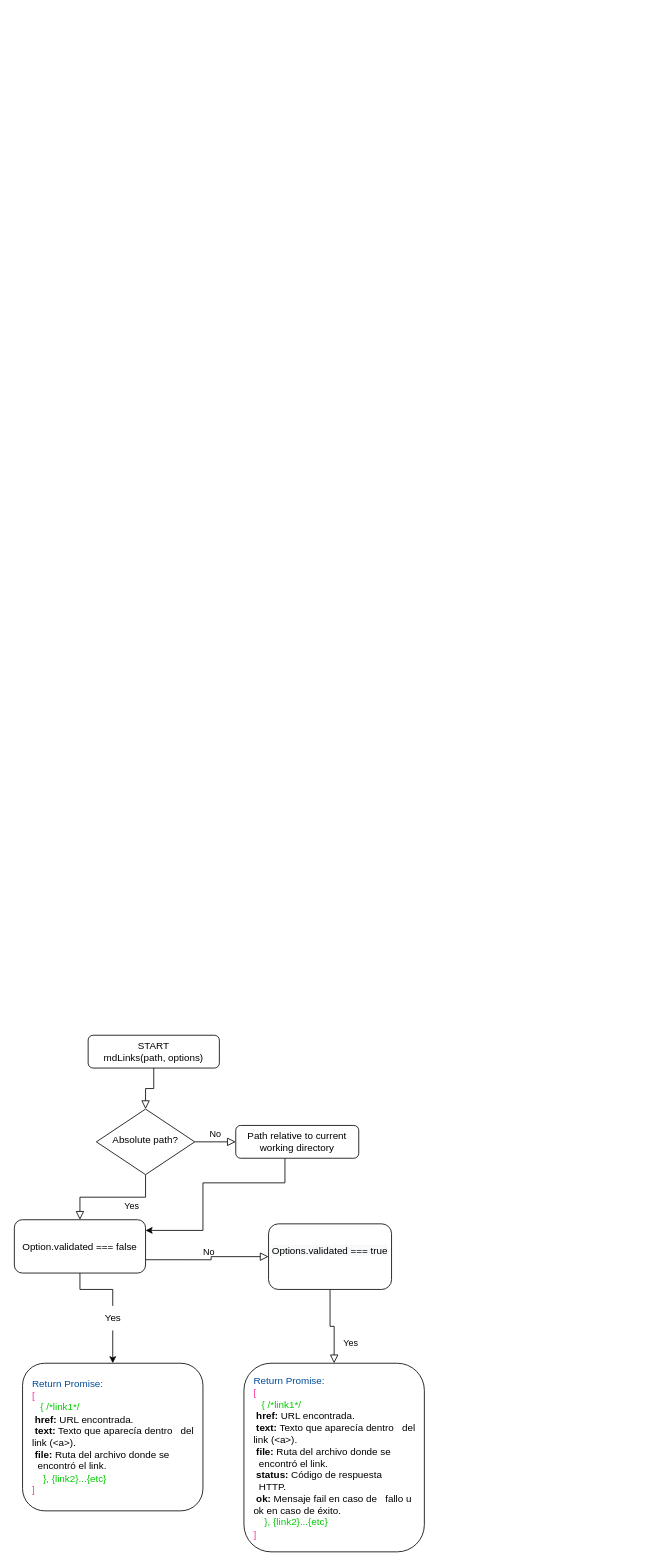
Psyderalis/DEV002-md-links keeps this draw.io diagram as page "JS API" (1 of 3) of Diagrama sin título.drawio. Above is the earlier version. Source tidied: cells renumbered, new cells numbered last; positions are measured from the earlier drawing's top-left corner, leaving out a move shared by most shapes. Both pictures are drawn from the tidied source at 82%, with x=0, y=0 at pixel (14, 1035).
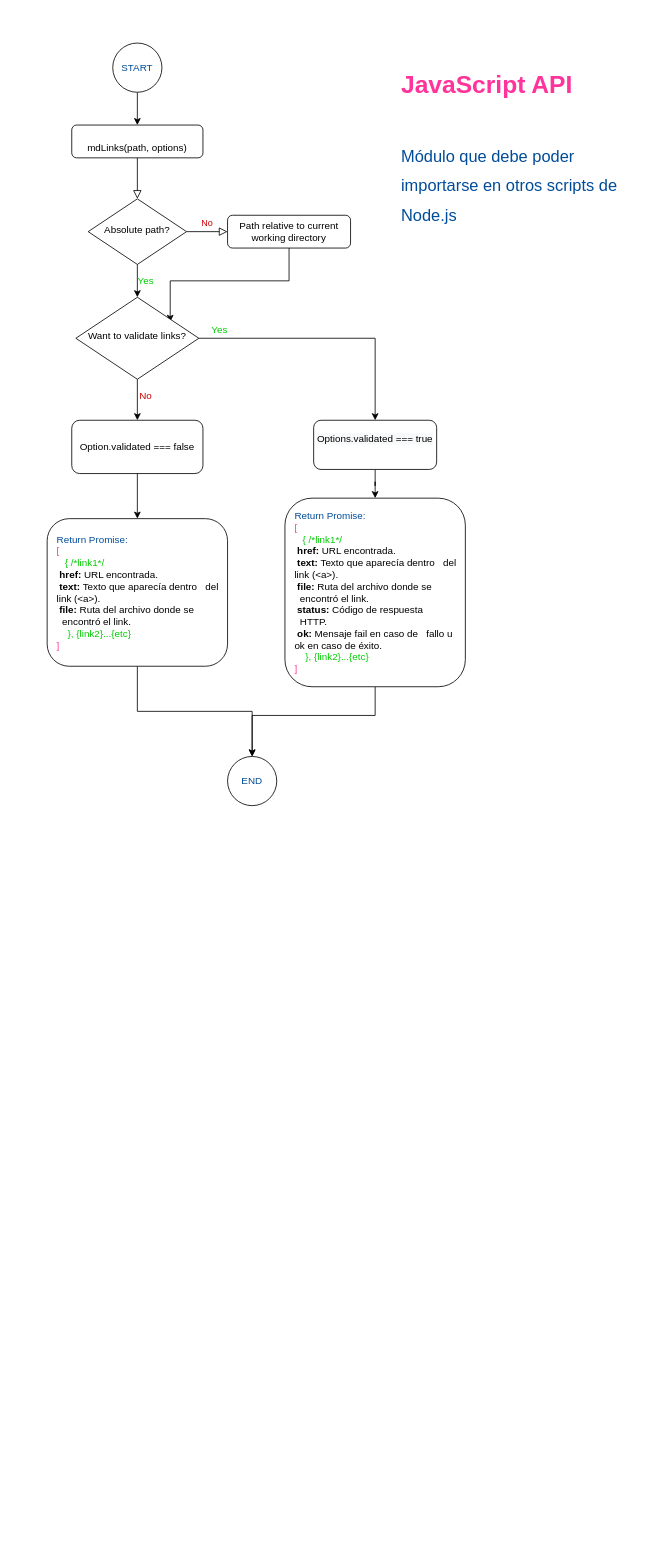
The same page after the edit.

Diff of the diagram source:
```diff
@@
-    <mxCell id="3" value="START&lt;br&gt;mdLinks(path, options)" style="rounded=1;whiteSpace=wrap;html=1;fontSize=12;glass=0;strokeWidth=1;shadow=0;" parent="1" vertex="1">
-      <mxGeometry x="90" width="160" height="40" as="geometry" />
+    <mxCell id="3" value="&lt;br&gt;mdLinks(path, options)" style="rounded=1;whiteSpace=wrap;html=1;fontSize=12;glass=0;strokeWidth=1;shadow=0;" parent="1" vertex="1">
+      <mxGeometry x="70" y="-1110" width="160" height="40" as="geometry" />
     </mxCell>
-    <mxCell id="4" value="Yes" style="rounded=0;html=1;jettySize=auto;fontSize=11;endArrow=block;endFill=0;endSize=8;strokeWidth=1;shadow=0;labelBackgroundColor=none;edgeStyle=orthogonalEdgeStyle;" parent="1" edge="1" source="6" target="13">
-      <mxGeometry x="-0.33" y="10" relative="1" as="geometry" />
-    </mxCell>
-    <mxCell id="5" value="No" style="edgeStyle=orthogonalEdgeStyle;rounded=0;html=1;jettySize=auto;fontSize=11;endArrow=block;endFill=0;endSize=8;strokeWidth=1;shadow=0;labelBackgroundColor=none;" parent="1" edge="1" source="6" target="8">
+    <mxCell id="5" value="&lt;font color=&quot;#cc0000&quot;&gt;No&lt;/font&gt;" style="edgeStyle=orthogonalEdgeStyle;rounded=0;html=1;jettySize=auto;fontSize=11;endArrow=block;endFill=0;endSize=8;strokeWidth=1;shadow=0;labelBackgroundColor=none;" parent="1" edge="1" source="6" target="8">
       <mxGeometry y="10" relative="1" as="geometry" />
     </mxCell>
+    <mxCell id="18" style="edgeStyle=orthogonalEdgeStyle;rounded=0;jettySize=auto;html=1;fontColor=#00CC00;" parent="1" edge="1" source="6" target="25">
+      <mxGeometry relative="1" as="geometry" />
+    </mxCell>
     <mxCell id="6" value="Absolute path?" style="rhombus;whiteSpace=wrap;html=1;shadow=0;fontFamily=Helvetica;fontSize=12;align=center;strokeWidth=1;spacing=6;spacingTop=-4;" parent="1" vertex="1">
-      <mxGeometry x="100" y="90" width="120" height="80" as="geometry" />
+      <mxGeometry x="90" y="-1020" width="120" height="80" as="geometry" />
     </mxCell>
-    <mxCell id="7" style="edgeStyle=orthogonalEdgeStyle;rounded=0;jettySize=auto;html=1;" parent="1" edge="1" source="8" target="13">
-      <mxGeometry relative="1" as="geometry">
-        <Array as="points">
-          <mxPoint x="330" y="180" />
-          <mxPoint x="230" y="180" />
-          <mxPoint x="230" y="238" />
-        </Array>
-      </mxGeometry>
-    </mxCell>
+    <mxCell id="19" style="edgeStyle=orthogonalEdgeStyle;rounded=0;jettySize=auto;html=1;entryX=0.767;entryY=0.3;entryDx=0;entryDy=0;entryPerimeter=0;fontColor=#00CC00;" parent="1" edge="1" source="8" target="25">
+      <mxGeometry relative="1" as="geometry">
+        <Array as="points">
+          <mxPoint x="335" y="-920" />
+          <mxPoint x="190" y="-920" />
+        </Array>
+      </mxGeometry>
+    </mxCell>
     <mxCell id="8" value="Path relative to current working directory" style="rounded=1;whiteSpace=wrap;html=1;fontSize=12;glass=0;strokeWidth=1;shadow=0;" parent="1" vertex="1">
-      <mxGeometry x="270" y="110" width="150" height="40" as="geometry" />
+      <mxGeometry x="260" y="-1000" width="150" height="40" as="geometry" />
     </mxCell>
+    <mxCell id="20" style="edgeStyle=orthogonalEdgeStyle;rounded=0;jettySize=auto;html=1;entryX=0.5;entryY=0;entryDx=0;entryDy=0;fontFamily=Helvetica;fontSize=12;fontColor=#004C99;exitX=0.5;exitY=1;exitDx=0;exitDy=0;" parent="1" edge="1" source="11" target="31">
+      <mxGeometry relative="1" as="geometry">
+        <Array as="points">
+          <mxPoint x="440" y="-390" />
+          <mxPoint x="290" y="-390" />
+        </Array>
+      </mxGeometry>
+    </mxCell>
+    <mxCell id="11" value="&lt;font color=&quot;#004c99&quot;&gt;Return Promise:&lt;br&gt;&lt;/font&gt;&lt;font color=&quot;#ff3399&quot;&gt;[&lt;br&gt;&lt;/font&gt;&lt;font color=&quot;#00cc00&quot;&gt;&amp;nbsp; &amp;nbsp;{ /*link1*/&lt;br&gt;&lt;/font&gt;&lt;div&gt;&lt;span style=&quot;&quot;&gt; &lt;/span&gt;&lt;b&gt;&lt;span style=&quot;white-space: pre;&quot;&gt; &lt;/span&gt;href:&lt;/b&gt; URL encontrada.&lt;/div&gt;&lt;div&gt;&lt;span style=&quot;&quot;&gt; &lt;/span&gt;&lt;b&gt;&lt;span style=&quot;white-space: pre;&quot;&gt; &lt;/span&gt;text:&lt;/b&gt; Texto que aparecía dentro &lt;span style=&quot;white-space: pre;&quot;&gt; &lt;span style=&quot;white-space: pre;&quot;&gt; &lt;/span&gt;&lt;/span&gt;del link (&amp;lt;a&amp;gt;).&lt;/div&gt;&lt;div&gt;&lt;span style=&quot;&quot;&gt; &lt;/span&gt;&lt;b&gt;&lt;span style=&quot;white-space: pre;&quot;&gt; &lt;/span&gt;file: &lt;/b&gt;Ruta del archivo donde se &lt;span style=&quot;white-space: pre;&quot;&gt; &lt;span style=&quot;white-space: pre;&quot;&gt; &lt;/span&gt;&lt;/span&gt;encontró el link.&lt;/div&gt;&lt;div&gt;&lt;span style=&quot;&quot;&gt; &lt;/span&gt;&lt;b&gt;&lt;span style=&quot;white-space: pre;&quot;&gt; &lt;/span&gt;status:&lt;/b&gt; Código de respuesta &lt;span style=&quot;white-space: pre;&quot;&gt; &lt;span style=&quot;white-space: pre;&quot;&gt; &lt;/span&gt;&lt;/span&gt;HTTP.&lt;/div&gt;&lt;div&gt;&lt;span style=&quot;&quot;&gt; &lt;/span&gt;&lt;b&gt;&lt;span style=&quot;white-space: pre;&quot;&gt; &lt;/span&gt;ok:&lt;/b&gt; Mensaje fail en caso de &lt;span style=&quot;white-space: pre;&quot;&gt; &lt;span style=&quot;white-space: pre;&quot;&gt; &lt;/span&gt;&lt;/span&gt;fallo u ok en caso de éxito.&lt;/div&gt;&amp;nbsp; &amp;nbsp; &lt;font color=&quot;#00cc00&quot;&gt;}, {link2}...{etc}&lt;/font&gt;&lt;br&gt;&lt;font color=&quot;#ff3399&quot;&gt;]&lt;/font&gt;" style="rounded=1;whiteSpace=wrap;html=1;fontSize=12;glass=0;strokeWidth=1;shadow=0;align=left;labelPosition=center;verticalLabelPosition=middle;verticalAlign=middle;spacingLeft=10;spacingRight=10;" parent="1" vertex="1">
+      <mxGeometry x="330" y="-655" width="220" height="230" as="geometry" />
+    </mxCell>
+    <mxCell id="21" style="edgeStyle=orthogonalEdgeStyle;rounded=0;jettySize=auto;html=1;fontColor=#00CC00;" parent="1" edge="1" source="13" target="14">
+      <mxGeometry relative="1" as="geometry" />
+    </mxCell>
+    <mxCell id="13" value="Option.validated === false" style="rounded=1;whiteSpace=wrap;html=1;fontSize=12;glass=0;strokeWidth=1;shadow=0;" parent="1" vertex="1">
+      <mxGeometry x="70" y="-750" width="160" height="65" as="geometry" />
+    </mxCell>
+    <mxCell id="22" style="edgeStyle=orthogonalEdgeStyle;rounded=0;jettySize=auto;html=1;fontFamily=Helvetica;fontSize=12;fontColor=#004C99;" parent="1" edge="1" source="14" target="31">
+      <mxGeometry relative="1" as="geometry" />
+    </mxCell>
+    <mxCell id="14" value="&lt;font color=&quot;#004c99&quot;&gt;Return Promise:&lt;br&gt;&lt;/font&gt;&lt;font color=&quot;#ff3399&quot;&gt;[&lt;br&gt;&lt;/font&gt;&lt;font color=&quot;#00cc00&quot;&gt;&amp;nbsp; &amp;nbsp;{ /*link1*/&lt;br&gt;&lt;/font&gt;&lt;div&gt;&lt;span style=&quot;&quot;&gt; &lt;/span&gt;&lt;b&gt;&lt;span style=&quot;white-space: pre;&quot;&gt; &lt;/span&gt;href:&lt;/b&gt; URL encontrada.&lt;/div&gt;&lt;div&gt;&lt;span style=&quot;&quot;&gt; &lt;/span&gt;&lt;b&gt;&lt;span style=&quot;white-space: pre;&quot;&gt; &lt;/span&gt;text:&lt;/b&gt; Texto que aparecía dentro &lt;span style=&quot;white-space: pre;&quot;&gt; &lt;/span&gt;&lt;span style=&quot;white-space: pre;&quot;&gt; &lt;/span&gt;del link (&amp;lt;a&amp;gt;).&lt;/div&gt;&lt;div&gt;&lt;span style=&quot;&quot;&gt; &lt;/span&gt;&lt;b&gt;&lt;span style=&quot;white-space: pre;&quot;&gt; &lt;/span&gt;file: &lt;/b&gt;Ruta del archivo donde se &lt;span style=&quot;white-space: pre;&quot;&gt; &lt;/span&gt;&lt;span style=&quot;white-space: pre;&quot;&gt; &lt;/span&gt;encontró el link.&lt;/div&gt;&amp;nbsp; &amp;nbsp; &lt;font color=&quot;#00cc00&quot;&gt;}, {link2}...{etc}&lt;/font&gt;&lt;br&gt;&lt;font color=&quot;#ff3399&quot;&gt;]&lt;/font&gt;" style="rounded=1;whiteSpace=wrap;html=1;fontSize=12;glass=0;strokeWidth=1;shadow=0;align=left;labelPosition=center;verticalLabelPosition=middle;verticalAlign=middle;spacingLeft=10;spacingRight=10;" parent="1" vertex="1">
+      <mxGeometry x="40" y="-630" width="220" height="180" as="geometry" />
+    </mxCell>
-    <mxCell id="9" value="Yes" style="rounded=0;html=1;jettySize=auto;fontSize=11;endArrow=block;endFill=0;endSize=8;strokeWidth=1;shadow=0;labelBackgroundColor=none;edgeStyle=orthogonalEdgeStyle;exitX=0.5;exitY=1;exitDx=0;exitDy=0;" parent="1" edge="1" source="17" target="11">
-      <mxGeometry x="0.5" y="20" relative="1" as="geometry" />
+    <mxCell id="9" style="edgeStyle=orthogonalEdgeStyle;rounded=0;jettySize=auto;html=1;fontColor=#00CC00;" parent="1" edge="1" source="17" target="11">
+      <mxGeometry relative="1" as="geometry" />
     </mxCell>
+    <mxCell id="17" value="&#10;&lt;span style=&quot;color: rgb(0, 0, 0); font-family: Helvetica; font-size: 12px; font-style: normal; font-variant-ligatures: normal; font-variant-caps: normal; font-weight: 400; letter-spacing: normal; orphans: 2; text-align: center; text-indent: 0px; text-transform: none; widows: 2; word-spacing: 0px; -webkit-text-stroke-width: 0px; background-color: rgb(248, 249, 250); text-decoration-thickness: initial; text-decoration-style: initial; text-decoration-color: initial; float: none; display: inline !important;&quot;&gt;Options.validated === true&lt;/span&gt;&#10;&#10;" style="rounded=1;whiteSpace=wrap;html=1;fontColor=#00CC00;" parent="1" vertex="1">
+      <mxGeometry x="365" y="-750" width="150" height="60" as="geometry" />
+    </mxCell>
+    <mxCell id="23" style="edgeStyle=orthogonalEdgeStyle;rounded=0;jettySize=auto;html=1;entryX=0.5;entryY=0;entryDx=0;entryDy=0;fontColor=#00CC00;" parent="1" edge="1" source="25" target="13">
+      <mxGeometry relative="1" as="geometry" />
+    </mxCell>
+    <mxCell id="24" style="edgeStyle=orthogonalEdgeStyle;rounded=0;jettySize=auto;html=1;entryX=0.5;entryY=0;entryDx=0;entryDy=0;fontColor=#00CC00;" parent="1" edge="1" source="25" target="17">
+      <mxGeometry relative="1" as="geometry" />
+    </mxCell>
+    <mxCell id="25" value="Want to validate links?" style="rhombus;whiteSpace=wrap;html=1;shadow=0;fontFamily=Helvetica;fontSize=12;align=center;strokeWidth=1;spacing=6;spacingTop=-4;" parent="1" vertex="1">
+      <mxGeometry x="75" y="-900" width="150" height="100" as="geometry" />
+    </mxCell>
+    <mxCell id="26" value="Yes" style="text;html=1;align=center;verticalAlign=middle;strokeColor=none;fillColor=none;fontColor=#00CC00;" parent="1" vertex="1">
+      <mxGeometry x="140" y="-935" width="40" height="30" as="geometry" />
+    </mxCell>
-    <mxCell id="10" value="No" style="edgeStyle=orthogonalEdgeStyle;rounded=0;html=1;jettySize=auto;fontSize=11;endArrow=block;endFill=0;endSize=8;strokeWidth=1;shadow=0;labelBackgroundColor=none;exitX=1;exitY=0.75;exitDx=0;exitDy=0;entryX=0;entryY=0.5;entryDx=0;entryDy=0;" parent="1" edge="1" source="13" target="17">
-      <mxGeometry y="10" relative="1" as="geometry">
-        <Array as="points">
-          <mxPoint x="240" y="274" />
-          <mxPoint x="240" y="270" />
-        </Array>
-      </mxGeometry>
+    <mxCell id="10" value="&lt;font color=&quot;#cc0000&quot;&gt;No&lt;/font&gt;" style="text;html=1;align=center;verticalAlign=middle;strokeColor=none;fillColor=none;fontColor=#00CC00;" parent="1" vertex="1">
+      <mxGeometry x="140" y="-795" width="40" height="30" as="geometry" />
     </mxCell>
-    <mxCell id="11" value="&lt;font color=&quot;#004c99&quot;&gt;Return Promise:&lt;br&gt;&lt;/font&gt;&lt;font color=&quot;#ff3399&quot;&gt;[&lt;br&gt;&lt;/font&gt;&lt;font color=&quot;#00cc00&quot;&gt;&amp;nbsp; &amp;nbsp;{ /*link1*/&lt;br&gt;&lt;/font&gt;&lt;div&gt;&lt;span style=&quot;&quot;&gt; &lt;/span&gt;&lt;b&gt;&lt;span style=&quot;white-space: pre;&quot;&gt; &lt;/span&gt;href:&lt;/b&gt; URL encontrada.&lt;/div&gt;&lt;div&gt;&lt;span style=&quot;&quot;&gt; &lt;/span&gt;&lt;b&gt;&lt;span style=&quot;white-space: pre;&quot;&gt; &lt;/span&gt;text:&lt;/b&gt; Texto que aparecía dentro &lt;span style=&quot;white-space: pre;&quot;&gt; &lt;span style=&quot;white-space: pre;&quot;&gt; &lt;/span&gt;&lt;/span&gt;del link (&amp;lt;a&amp;gt;).&lt;/div&gt;&lt;div&gt;&lt;span style=&quot;&quot;&gt; &lt;/span&gt;&lt;b&gt;&lt;span style=&quot;white-space: pre;&quot;&gt; &lt;/span&gt;file: &lt;/b&gt;Ruta del archivo donde se &lt;span style=&quot;white-space: pre;&quot;&gt; &lt;span style=&quot;white-space: pre;&quot;&gt; &lt;/span&gt;&lt;/span&gt;encontró el link.&lt;/div&gt;&lt;div&gt;&lt;span style=&quot;&quot;&gt; &lt;/span&gt;&lt;b&gt;&lt;span style=&quot;white-space: pre;&quot;&gt; &lt;/span&gt;status:&lt;/b&gt; Código de respuesta &lt;span style=&quot;white-space: pre;&quot;&gt; &lt;span style=&quot;white-space: pre;&quot;&gt; &lt;/span&gt;&lt;/span&gt;HTTP.&lt;/div&gt;&lt;div&gt;&lt;span style=&quot;&quot;&gt; &lt;/span&gt;&lt;b&gt;&lt;span style=&quot;white-space: pre;&quot;&gt; &lt;/span&gt;ok:&lt;/b&gt; Mensaje fail en caso de &lt;span style=&quot;white-space: pre;&quot;&gt; &lt;span style=&quot;white-space: pre;&quot;&gt; &lt;/span&gt;&lt;/span&gt;fallo u ok en caso de éxito.&lt;/div&gt;&amp;nbsp; &amp;nbsp; &lt;font color=&quot;#00cc00&quot;&gt;}, {link2}...{etc}&lt;/font&gt;&lt;br&gt;&lt;font color=&quot;#ff3399&quot;&gt;]&lt;/font&gt;" style="rounded=1;whiteSpace=wrap;html=1;fontSize=12;glass=0;strokeWidth=1;shadow=0;align=left;labelPosition=center;verticalLabelPosition=middle;verticalAlign=middle;spacingLeft=10;spacingRight=10;" parent="1" vertex="1">
-      <mxGeometry x="280" y="400" width="220" height="230" as="geometry" />
-    </mxCell>
-    <mxCell id="12" style="edgeStyle=orthogonalEdgeStyle;rounded=0;jettySize=auto;html=1;entryX=0.5;entryY=0;entryDx=0;entryDy=0;startArrow=none;" parent="1" edge="1" source="15" target="14">
-      <mxGeometry relative="1" as="geometry" />
-    </mxCell>
-    <mxCell id="13" value="Option.validated === false" style="rounded=1;whiteSpace=wrap;html=1;fontSize=12;glass=0;strokeWidth=1;shadow=0;" parent="1" vertex="1">
-      <mxGeometry y="225" width="160" height="65" as="geometry" />
-    </mxCell>
-    <mxCell id="14" value="&lt;font color=&quot;#004c99&quot;&gt;Return Promise:&lt;br&gt;&lt;/font&gt;&lt;font color=&quot;#ff3399&quot;&gt;[&lt;br&gt;&lt;/font&gt;&lt;font color=&quot;#00cc00&quot;&gt;&amp;nbsp; &amp;nbsp;{ /*link1*/&lt;br&gt;&lt;/font&gt;&lt;div&gt;&lt;span style=&quot;&quot;&gt; &lt;/span&gt;&lt;b&gt;&lt;span style=&quot;white-space: pre;&quot;&gt; &lt;/span&gt;href:&lt;/b&gt; URL encontrada.&lt;/div&gt;&lt;div&gt;&lt;span style=&quot;&quot;&gt; &lt;/span&gt;&lt;b&gt;&lt;span style=&quot;white-space: pre;&quot;&gt; &lt;/span&gt;text:&lt;/b&gt; Texto que aparecía dentro &lt;span style=&quot;white-space: pre;&quot;&gt; &lt;/span&gt;&lt;span style=&quot;white-space: pre;&quot;&gt; &lt;/span&gt;del link (&amp;lt;a&amp;gt;).&lt;/div&gt;&lt;div&gt;&lt;span style=&quot;&quot;&gt; &lt;/span&gt;&lt;b&gt;&lt;span style=&quot;white-space: pre;&quot;&gt; &lt;/span&gt;file: &lt;/b&gt;Ruta del archivo donde se &lt;span style=&quot;white-space: pre;&quot;&gt; &lt;/span&gt;&lt;span style=&quot;white-space: pre;&quot;&gt; &lt;/span&gt;encontró el link.&lt;/div&gt;&amp;nbsp; &amp;nbsp; &lt;font color=&quot;#00cc00&quot;&gt;}, {link2}...{etc}&lt;/font&gt;&lt;br&gt;&lt;font color=&quot;#ff3399&quot;&gt;]&lt;/font&gt;" style="rounded=1;whiteSpace=wrap;html=1;fontSize=12;glass=0;strokeWidth=1;shadow=0;align=left;labelPosition=center;verticalLabelPosition=middle;verticalAlign=middle;spacingLeft=10;spacingRight=10;" parent="1" vertex="1">
-      <mxGeometry x="10" y="400" width="220" height="180" as="geometry" />
-    </mxCell>
-    <mxCell id="15" value="Yes" style="text;html=1;align=center;verticalAlign=middle;points=[];strokeColor=none;fillColor=none;" parent="1" vertex="1">
-      <mxGeometry x="100" y="330" width="40" height="30" as="geometry" />
-    </mxCell>
-    <mxCell id="16" style="edgeStyle=orthogonalEdgeStyle;rounded=0;jettySize=auto;html=1;entryX=0.5;entryY=0;entryDx=0;entryDy=0;endArrow=none;" parent="1" edge="1" source="13" target="15">
-      <mxGeometry relative="1" as="geometry" />
-    </mxCell>
-    <mxCell id="17" value="&#10;&lt;span style=&quot;color: rgb(0, 0, 0); font-family: Helvetica; font-size: 12px; font-style: normal; font-variant-ligatures: normal; font-variant-caps: normal; font-weight: 400; letter-spacing: normal; orphans: 2; text-align: center; text-indent: 0px; text-transform: none; widows: 2; word-spacing: 0px; -webkit-text-stroke-width: 0px; background-color: rgb(248, 249, 250); text-decoration-thickness: initial; text-decoration-style: initial; text-decoration-color: initial; float: none; display: inline !important;&quot;&gt;Options.validated === true&lt;/span&gt;&#10;&#10;" style="rounded=1;whiteSpace=wrap;html=1;fontColor=#00CC00;" parent="1" vertex="1">
-      <mxGeometry x="310" y="230" width="150" height="80" as="geometry" />
-    </mxCell>
+    <mxCell id="27" value="Yes" style="text;html=1;align=center;verticalAlign=middle;strokeColor=none;fillColor=none;fontColor=#00CC00;" parent="1" vertex="1">
+      <mxGeometry x="230" y="-875" width="40" height="30" as="geometry" />
+    </mxCell>
+    <mxCell id="28" value="&lt;h1&gt;&lt;font style=&quot;font-size: 30px;&quot;&gt;JavaScript API&lt;/font&gt;&lt;/h1&gt;&lt;p&gt;&lt;font color=&quot;#004c99&quot; style=&quot;font-size: 20px;&quot;&gt;Módulo que debe poder importarse en otros scripts de Node.js&lt;/font&gt;&lt;/p&gt;" style="text;html=1;strokeColor=none;fillColor=none;spacing=5;spacingTop=-20;whiteSpace=wrap;overflow=hidden;rounded=0;fontSize=30;fontColor=#FF3399;" parent="1" vertex="1">
+      <mxGeometry x="467" y="-1235" width="310" height="300" as="geometry" />
+    </mxCell>
+    <mxCell id="29" style="edgeStyle=orthogonalEdgeStyle;rounded=0;jettySize=auto;html=1;entryX=0.5;entryY=0;entryDx=0;entryDy=0;fontFamily=Helvetica;fontSize=12;fontColor=#004C99;" parent="1" edge="1" source="30" target="3">
+      <mxGeometry relative="1" as="geometry" />
+    </mxCell>
+    <mxCell id="30" value="START" style="ellipse;whiteSpace=wrap;html=1;rounded=1;strokeColor=default;fontFamily=Helvetica;fontSize=12;fontColor=#004C99;fillColor=default;" parent="1" vertex="1">
+      <mxGeometry x="120" y="-1210" width="60" height="60" as="geometry" />
+    </mxCell>
+    <mxCell id="31" value="END" style="ellipse;whiteSpace=wrap;html=1;rounded=1;strokeColor=default;fontFamily=Helvetica;fontSize=12;fontColor=#004C99;fillColor=default;" parent="1" vertex="1">
+      <mxGeometry x="260" y="-340" width="60" height="60" as="geometry" />
+    </mxCell>
```
